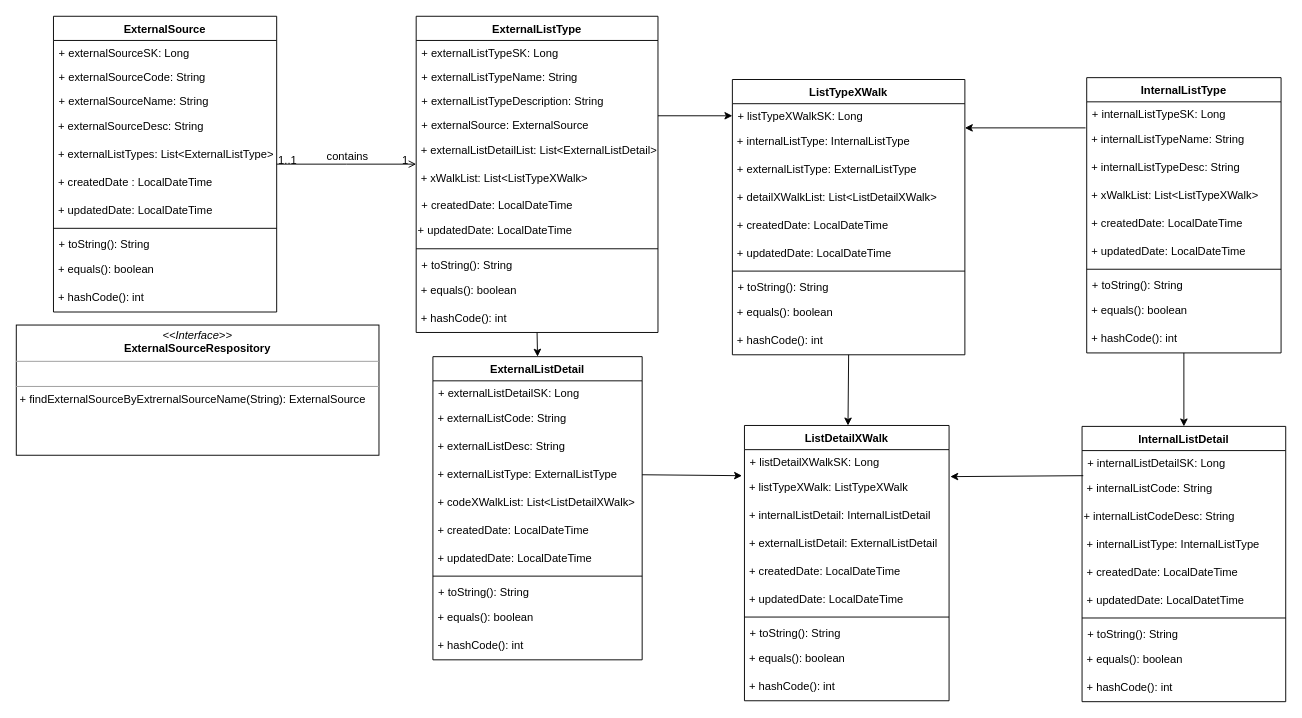
Above: reference_data_service/uml_diagrams/entity_classes.drawio in Zeus-2-0/Documentation (draw.io), before the change. Source tidied: cells renumbered, new cells numbered last; positions are measured from the earlier drawing's top-left corner, leaving out a move shared by most shapes. Both pictures are drawn from the tidied source at 93%, with x=0, y=0 at pixel (16, 16).
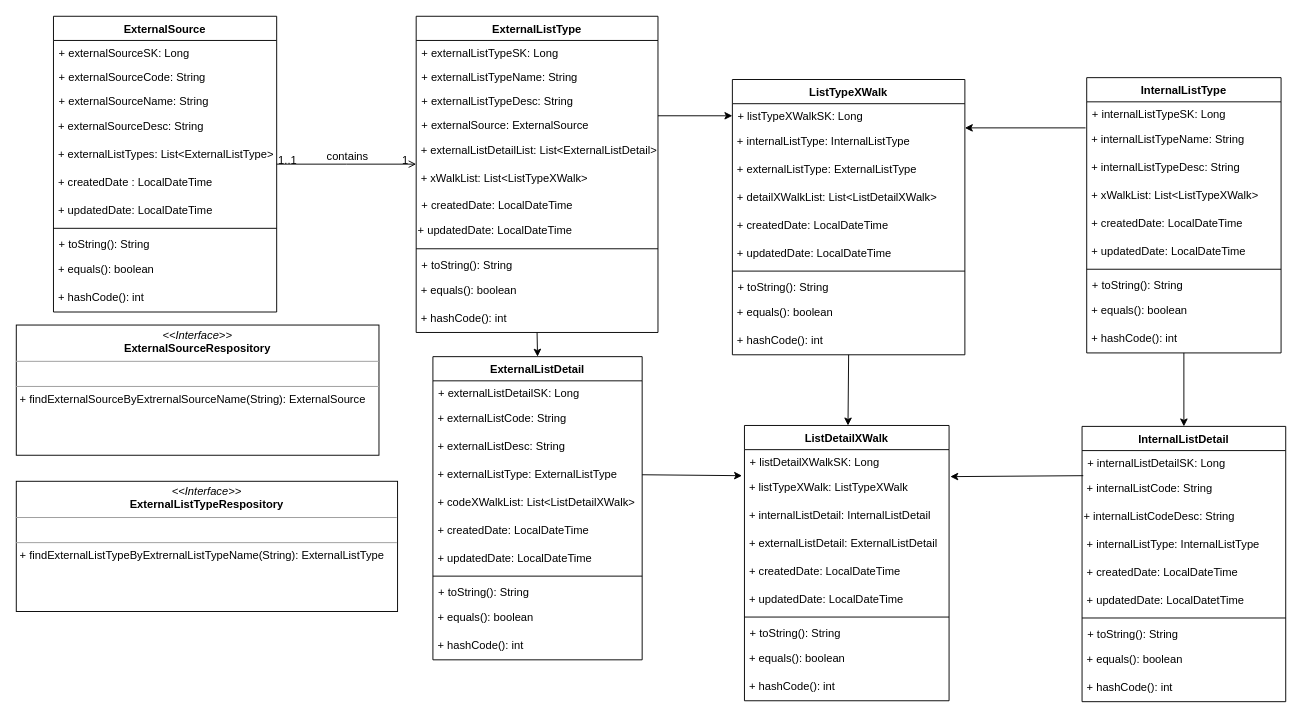
The same diagram, later.

Commit message:
Added external list type repository

Unchanged cells that the change refers to:
```xml
<mxCell id="14" value="ExternalListType" style="swimlane;fontStyle=1;align=center;verticalAlign=top;horizontal=1;startSize=26;rounded=0;shadow=0;strokeWidth=1;" parent="1" vertex="1">
  <mxGeometry x="430" width="260" height="340" as="geometry" />
</mxCell>
```

The edit, as a diff of the source:
```diff
@@
-    <mxCell id="17" value="+ externalListTypeDescription: String" style="text;align=left;verticalAlign=top;spacingLeft=4;spacingRight=4;overflow=hidden;rounded=0;shadow=0;html=0;" parent="14" vertex="1">
+    <mxCell id="17" value="+ externalListTypeDesc: String" style="text;align=left;verticalAlign=top;spacingLeft=4;spacingRight=4;overflow=hidden;rounded=0;shadow=0;html=0;" parent="14" vertex="1">
       <mxGeometry y="78" width="260" height="26" as="geometry" />
     </mxCell>
@@
+    <mxCell id="95" value="&lt;p style=&quot;margin: 0px ; margin-top: 4px ; text-align: center&quot;&gt;&lt;i&gt;&amp;lt;&amp;lt;Interface&amp;gt;&amp;gt;&lt;/i&gt;&lt;br&gt;&lt;b&gt;ExternalListTypeRespository&lt;/b&gt;&lt;/p&gt;&lt;hr size=&quot;1&quot;&gt;&lt;p style=&quot;margin: 0px ; margin-left: 4px&quot;&gt;&lt;br&gt;&lt;/p&gt;&lt;hr size=&quot;1&quot;&gt;&lt;p style=&quot;margin: 0px ; margin-left: 4px&quot;&gt;+ findExternalListTypeByExtrernalListTypeName(String): ExternalListType&lt;br&gt;&lt;/p&gt;" style="verticalAlign=top;align=left;overflow=fill;fontSize=12;fontFamily=Helvetica;html=1;" parent="1" vertex="1">
+      <mxGeometry y="500" width="410" height="140" as="geometry" />
+    </mxCell>
```
